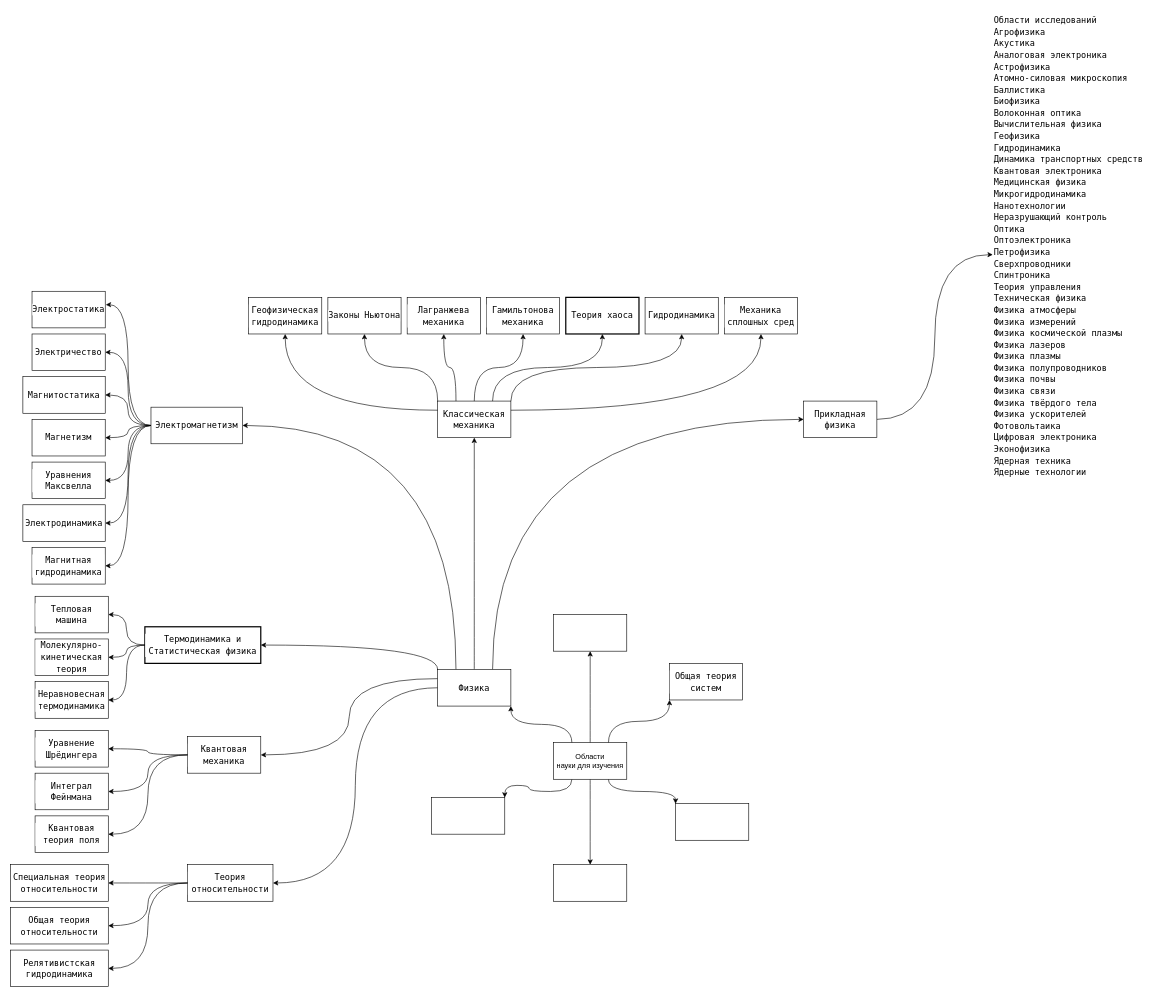
hightemp/col_diagrams keeps this draw.io diagram as mind_map.drawio. Above is the earlier version. Source tidied: cells renumbered, new cells numbered last; positions are measured from the earlier drawing's top-left corner, leaving out a move shared by most shapes. Both pictures are drawn from the tidied source at 61%, with x=0, y=0 at pixel (10, 10).
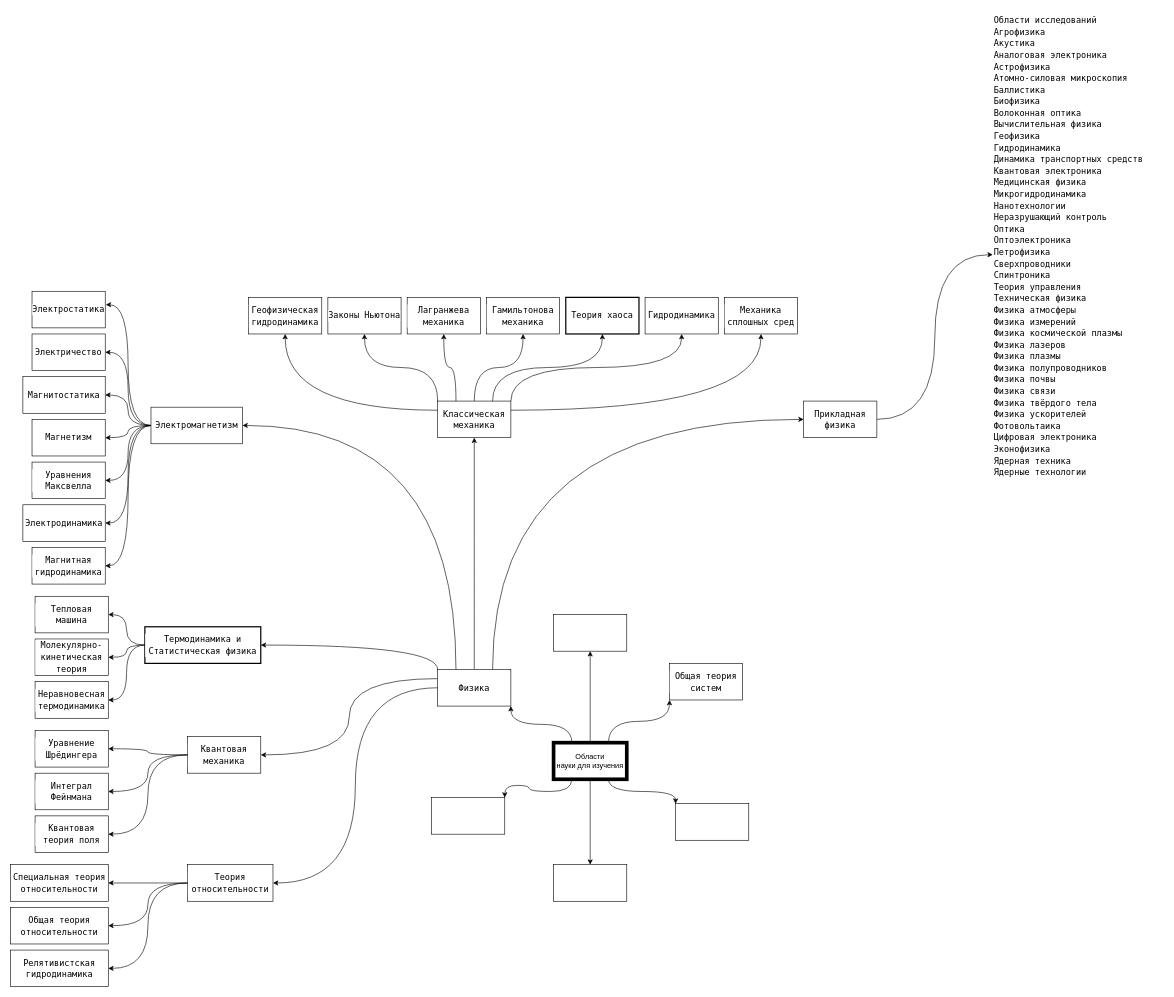
The same diagram, later.

Diff of the diagram source:
```diff
@@
-    <mxCell id="8" value="Области&lt;br&gt;науки для изучения" style="rounded=0;whiteSpace=wrap;html=1;" parent="1" vertex="1">
+    <mxCell id="8" value="Области&lt;br&gt;науки для изучения" style="rounded=0;whiteSpace=wrap;html=1;strokeWidth=6;" parent="1" vertex="1">
       <mxGeometry x="890" y="1200" width="120" height="60" as="geometry" />
     </mxCell>
```
